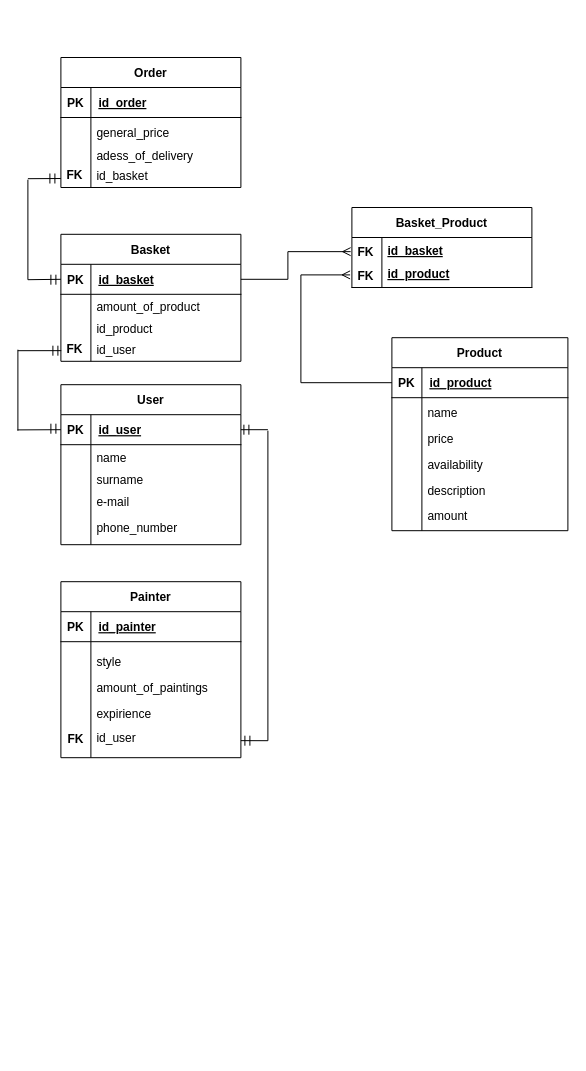
This is page "Варіант (а)" (1 of 3) of 2-SoftwareDesign/2.3-DataModel/RelDB.drawio from oleksandrblazhko/nai205-svetashov, a draw.io file, before an edit. Source tidied: cells renumbered, new cells numbered last; positions are measured from the earlier drawing's top-left corner, leaving out a move shared by most shapes. Both pictures are drawn from the tidied source at 100%, with x=0, y=0 at pixel (17, 57).
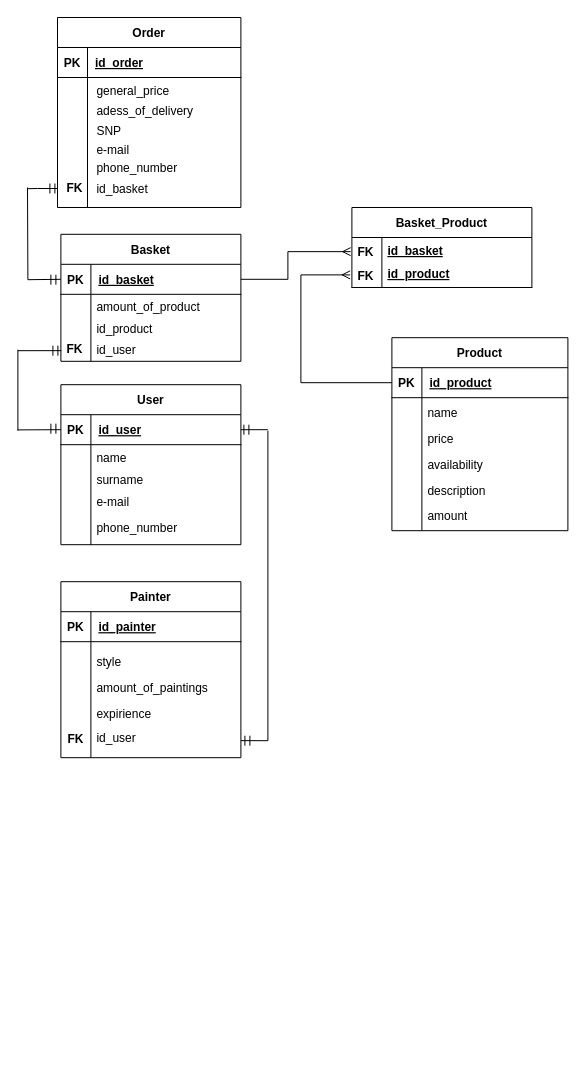
Above is the later version.

Change to the diagram source:
```diff
@@
     <mxCell id="43" value="Order" style="shape=table;startSize=30;childLayout=tableLayout;rowLines=0;fontStyle=1;align=center;" parent="1" vertex="1">
-      <mxGeometry x="43.4" width="180" height="130" as="geometry" />
+      <mxGeometry x="40" y="-40" width="183.4" height="190" as="geometry" />
     </mxCell>
     <mxCell id="44" style="shape=partialRectangle;fillColor=none;top=0;left=0;bottom=1;right=0;" parent="43" vertex="1">
-      <mxGeometry y="30" width="180" height="30" as="geometry" />
+      <mxGeometry y="30" width="183.4" height="30" as="geometry" />
     </mxCell>
@@
     <mxCell id="46" value="id_order" style="shape=partialRectangle;fillColor=none;top=0;left=0;bottom=0;right=0;align=left;spacingLeft=6;fontStyle=5;overflow=hidden;" parent="44" vertex="1">
-      <mxGeometry x="30" width="150" height="30" as="geometry" />
+      <mxGeometry x="30" width="153.4" height="30" as="geometry" />
     </mxCell>
     <mxCell id="47" style="shape=partialRectangle;fillColor=none;top=0;left=0;bottom=0;right=0;" parent="43" vertex="1">
-      <mxGeometry y="60" width="180" height="70" as="geometry" />
+      <mxGeometry y="60" width="183.4" height="130" as="geometry" />
     </mxCell>
     <mxCell id="48" style="shape=partialRectangle;fillColor=none;top=0;left=0;bottom=0;right=0;overflow=hidden;" parent="47" vertex="1">
-      <mxGeometry width="30" height="70" as="geometry" />
+      <mxGeometry width="30" height="130" as="geometry" />
     </mxCell>
     <mxCell id="49" style="shape=partialRectangle;fillColor=none;top=0;left=0;bottom=0;right=0;align=left;spacingLeft=6;overflow=hidden;" parent="47" vertex="1">
-      <mxGeometry x="30" width="150" height="70" as="geometry" />
+      <mxGeometry x="30" width="153.4" height="130" as="geometry" />
     </mxCell>
     <mxCell id="50" value="general_price" style="text;strokeColor=none;fillColor=none;align=left;verticalAlign=top;spacingLeft=4;spacingRight=4;overflow=hidden;" parent="1" vertex="1">
-      <mxGeometry x="73.4" y="62" width="140" height="26" as="geometry" />
+      <mxGeometry x="73.4" y="20" width="140" height="26" as="geometry" />
     </mxCell>
     <mxCell id="51" value="adess_of_delivery" style="text;strokeColor=none;fillColor=none;align=left;verticalAlign=top;spacingLeft=4;spacingRight=4;overflow=hidden;" parent="1" vertex="1">
-      <mxGeometry x="73.4" y="85" width="140" height="26" as="geometry" />
+      <mxGeometry x="73.4" y="40" width="140" height="26" as="geometry" />
     </mxCell>
@@
     <mxCell id="55" value="id_basket" style="text;strokeColor=none;fillColor=none;align=left;verticalAlign=top;spacingLeft=4;spacingRight=4;overflow=hidden;" parent="1" vertex="1">
-      <mxGeometry x="73.4" y="105" width="140" height="26" as="geometry" />
+      <mxGeometry x="73.4" y="118" width="140" height="26" as="geometry" />
     </mxCell>
     <mxCell id="56" style="endArrow=none;html=1;rounded=0;" parent="1" edge="1">
       <mxGeometry relative="1" as="geometry">
-        <mxPoint x="43.4" y="121" as="sourcePoint" />
-        <mxPoint x="10.4" y="121.2" as="targetPoint" />
+        <mxPoint x="40" y="131" as="sourcePoint" />
+        <mxPoint x="10.4" y="131.2" as="targetPoint" />
+        <Array as="points">
+          <mxPoint x="20" y="131" />
+        </Array>
       </mxGeometry>
     </mxCell>
     <mxCell id="57" style="group;" parent="1" vertex="1">
-      <mxGeometry x="32.4" y="116" width="5" height="10" as="geometry" />
+      <mxGeometry x="32.4" y="126" width="5" height="10" as="geometry" />
     </mxCell>
@@
     <mxCell id="60" value="&lt;b&gt;FK&lt;/b&gt;" style="text;html=1;align=center;verticalAlign=middle;strokeColor=none;fillColor=none;" parent="1" vertex="1">
-      <mxGeometry x="37.4" y="103" width="40" height="30" as="geometry" />
+      <mxGeometry x="37.4" y="116" width="40" height="30" as="geometry" />
     </mxCell>
@@
     <mxCell id="74" style="endArrow=none;html=1;rounded=0;" parent="1" edge="1">
       <mxGeometry relative="1" as="geometry">
         <mxPoint x="10.4" y="222.2" as="sourcePoint" />
-        <mxPoint x="10.4" y="122.2" as="targetPoint" />
+        <mxPoint x="10" y="130" as="targetPoint" />
       </mxGeometry>
     </mxCell>
@@
+    <mxCell id="104" value="SNP" style="text;strokeColor=none;fillColor=none;align=left;verticalAlign=top;spacingLeft=4;spacingRight=4;overflow=hidden;" parent="1" vertex="1">
+      <mxGeometry x="73.4" y="60" width="140" height="26" as="geometry" />
+    </mxCell>
+    <mxCell id="105" value="e-mail" style="text;strokeColor=none;fillColor=none;align=left;verticalAlign=top;spacingLeft=4;spacingRight=4;overflow=hidden;" parent="1" vertex="1">
+      <mxGeometry x="73.4" y="79" width="140" height="26" as="geometry" />
+    </mxCell>
+    <mxCell id="106" value="phone_number" style="text;strokeColor=none;fillColor=none;align=left;verticalAlign=top;spacingLeft=4;spacingRight=4;overflow=hidden;" parent="1" vertex="1">
+      <mxGeometry x="73.4" y="97" width="140" height="26" as="geometry" />
+    </mxCell>
```
